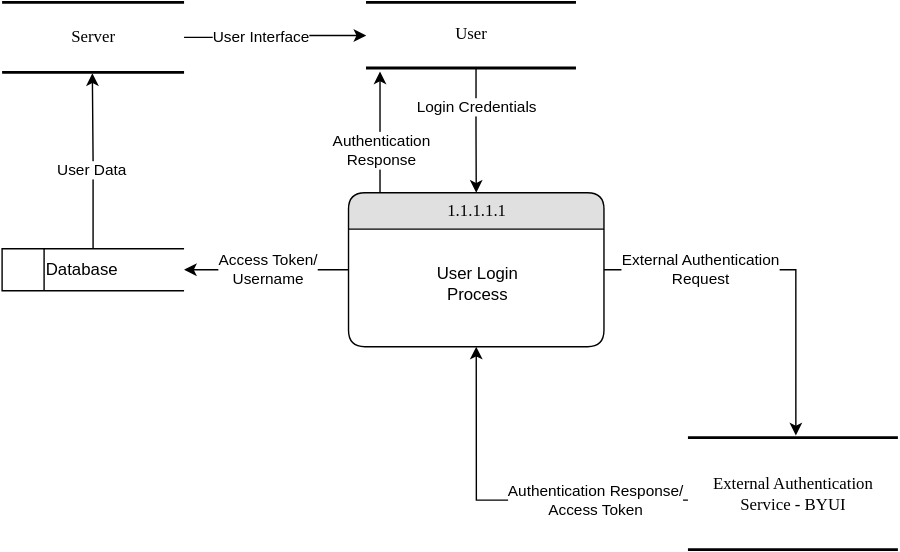
Above: login dfd.svg in MckennahPalmer/CSE430 (draw.io), before the change. Source tidied: cells renumbered, new cells last; positions are measured from the earlier drawing's top-left corner, leaving out a move shared by most shapes.
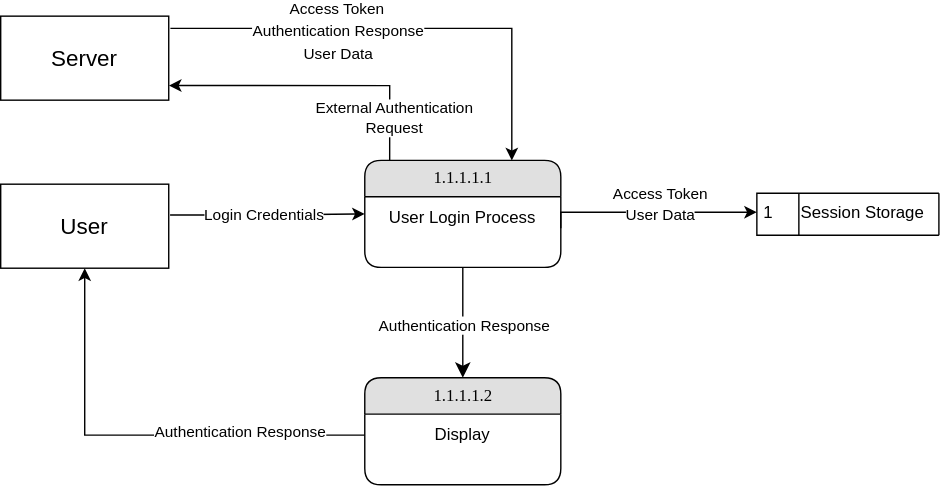
Above is the later version.

Commit message:
Updated dfd to textbook standards

What changed in the source:
```diff
@@ -2,76 +2,96 @@
   <root>
     <mxCell id="0" />
     <mxCell id="1" parent="0" />
-    <mxCell id="2" style="edgeStyle=orthogonalEdgeStyle;rounded=0;jettySize=auto;html=1;entryX=0.5;entryY=0;entryDx=0;entryDy=0;exitX=0.524;exitY=1.016;exitDx=0;exitDy=0;exitPerimeter=0;" parent="1" edge="1" source="4" target="9">
+    <mxCell id="2" style="edgeStyle=orthogonalEdgeStyle;rounded=0;jettySize=auto;html=1;entryX=0;entryY=0.5;entryDx=0;entryDy=0;exitX=1.008;exitY=0.367;exitDx=0;exitDy=0;exitPerimeter=0;" parent="1" edge="1" source="4" target="9">
       <mxGeometry relative="1" as="geometry" />
     </mxCell>
     <mxCell id="3" value="Login Credentials" style="edgeLabel;html=1;align=center;verticalAlign=middle;" parent="2" vertex="1">
       <mxGeometry x="-0.02" y="1" relative="1" as="geometry">
-        <mxPoint x="-1" y="-16" as="offset" />
+        <mxPoint x="-1" as="offset" />
       </mxGeometry>
     </mxCell>
-    <mxCell id="4" value="User" style="html=1;rounded=0;shadow=0;comic=0;labelBackgroundColor=none;strokeWidth=2;fontFamily=Verdana;fontSize=12;align=center;shape=mxgraph.ios7ui.horLines;" parent="1" vertex="1">
-      <mxGeometry x="260" width="150" height="46.9" as="geometry" />
-    </mxCell>
-    <mxCell id="5" style="edgeStyle=orthogonalEdgeStyle;rounded=0;jettySize=auto;html=1;entryX=0.514;entryY=-0.02;entryDx=0;entryDy=0;entryPerimeter=0;" parent="1" edge="1" source="9" target="12">
-      <mxGeometry relative="1" as="geometry" />
+    <mxCell id="5" style="edgeStyle=orthogonalEdgeStyle;rounded=0;jettySize=auto;html=1;entryX=1.001;entryY=0.826;entryDx=0;entryDy=0;entryPerimeter=0;exitX=0.127;exitY=0.012;exitDx=0;exitDy=0;exitPerimeter=0;" parent="1" edge="1" source="9" target="14">
+      <mxGeometry relative="1" as="geometry">
+        <Array as="points">
+          <mxPoint x="188" y="196" />
+        </Array>
+      </mxGeometry>
     </mxCell>
     <mxCell id="6" value="External Authentication&lt;br&gt;Request" style="edgeLabel;html=1;align=center;verticalAlign=middle;" parent="5" vertex="1">
-      <mxGeometry x="-0.47" relative="1" as="geometry" />
+      <mxGeometry x="-0.47" relative="1" as="geometry">
+        <mxPoint x="5" y="23" as="offset" />
+      </mxGeometry>
     </mxCell>
-    <mxCell id="7" style="edgeStyle=orthogonalEdgeStyle;rounded=0;jettySize=auto;html=1;entryX=1;entryY=0.5;entryDx=0;entryDy=0;" parent="1" edge="1" source="9" target="13">
+    <mxCell id="7" style="edgeStyle=orthogonalEdgeStyle;rounded=0;jettySize=auto;html=1;entryX=0.75;entryY=0;entryDx=0;entryDy=0;exitX=1.01;exitY=0.145;exitDx=0;exitDy=0;exitPerimeter=0;" parent="1" edge="1" source="14" target="9">
       <mxGeometry relative="1" as="geometry" />
     </mxCell>
-    <mxCell id="8" value="Access Token/&lt;br&gt;Username" style="edgeLabel;html=1;align=center;verticalAlign=middle;" parent="7" vertex="1">
+    <mxCell id="8" value="Access Token" style="edgeLabel;html=1;align=center;verticalAlign=middle;" parent="7" vertex="1">
       <mxGeometry x="0.32" relative="1" as="geometry">
-        <mxPoint x="20" as="offset" />
+        <mxPoint x="-105" y="-14" as="offset" />
       </mxGeometry>
     </mxCell>
+    <mxCell id="22" style="edgeStyle=none;curved=1;rounded=0;jettySize=auto;html=1;entryX=0.5;entryY=0;entryDx=0;entryDy=0;fontSize=12;startSize=8;endSize=8;" parent="1" edge="1" source="9" target="27">
+      <mxGeometry relative="1" as="geometry" />
+    </mxCell>
     <mxCell id="9" value="1.1.1.1.1" style="swimlane;html=1;fontStyle=0;horizontal=1;startSize=26;fillColor=#e0e0e0;swimlaneFillColor=#ffffff;align=center;rounded=1;shadow=0;comic=0;labelBackgroundColor=none;strokeWidth=1;fontFamily=Verdana;fontSize=12;" parent="1" vertex="1">
-      <mxGeometry x="247.5" y="136" width="182.5" height="110" as="geometry" />
+      <mxGeometry x="170" y="249" width="140" height="76.4" as="geometry" />
     </mxCell>
-    <mxCell id="10" style="edgeStyle=orthogonalEdgeStyle;rounded=0;jettySize=auto;html=1;entryX=0.5;entryY=1;entryDx=0;entryDy=0;exitX=0.003;exitY=0.558;exitDx=0;exitDy=0;exitPerimeter=0;" parent="1" edge="1" source="12" target="9">
-      <mxGeometry relative="1" as="geometry" />
-    </mxCell>
-    <mxCell id="11" value="Authentication Response/&lt;br&gt;Access Token" style="edgeLabel;html=1;align=center;verticalAlign=middle;" parent="10" vertex="1">
-      <mxGeometry x="-0.43" relative="1" as="geometry">
-        <mxPoint x="7" as="offset" />
-      </mxGeometry>
-    </mxCell>
-    <mxCell id="12" value="External Authentication&lt;br&gt;Service - BYUI" style="html=1;rounded=0;shadow=0;comic=0;labelBackgroundColor=none;strokeWidth=2;fontFamily=Verdana;fontSize=12;align=center;shape=mxgraph.ios7ui.horLines;" parent="1" vertex="1">
-      <mxGeometry x="490" y="311" width="150" height="80" as="geometry" />
-    </mxCell>
+    <mxCell id="21" value="User Login Process" style="text;html=1;strokeColor=none;fillColor=none;align=center;verticalAlign=middle;whiteSpace=wrap;rounded=0;" parent="9" vertex="1">
+      <mxGeometry y="26" width="140" height="30" as="geometry" />
+    </mxCell>
-    <mxCell id="13" value="&lt;span style=&quot;white-space: pre;&quot;&gt;&#9;&lt;/span&gt;Database" style="html=1;dashed=0;whiteSpace=wrap;shape=mxgraph.dfd.dataStoreID;align=left;spacingLeft=3;points=[[0,0],[0.5,0],[1,0],[0,0.5],[1,0.5],[0,1],[0.5,1],[1,1]];" parent="1" vertex="1">
-      <mxGeometry y="176" width="130" height="30" as="geometry" />
+    <mxCell id="13" value="1&lt;span style=&quot;white-space: pre;&quot;&gt;&#9;&lt;/span&gt;Session Storage" style="html=1;dashed=0;whiteSpace=wrap;shape=mxgraph.dfd.dataStoreID;align=left;spacingLeft=3;points=[[0,0],[0.5,0],[1,0],[0,0.5],[1,0.5],[0,1],[0.5,1],[1,1]];" parent="1" vertex="1">
+      <mxGeometry x="450" y="272.4" width="130" height="30" as="geometry" />
     </mxCell>
-    <mxCell id="14" value="Server" style="html=1;rounded=0;shadow=0;comic=0;labelBackgroundColor=none;strokeWidth=2;fontFamily=Verdana;fontSize=12;align=center;shape=mxgraph.ios7ui.horLines;" parent="1" vertex="1">
-      <mxGeometry width="130" height="50" as="geometry" />
-    </mxCell>
-    <mxCell id="15" style="edgeStyle=orthogonalEdgeStyle;rounded=0;jettySize=auto;html=1;entryX=0.496;entryY=1.014;entryDx=0;entryDy=0;entryPerimeter=0;" parent="1" edge="1" source="13" target="14">
-      <mxGeometry relative="1" as="geometry" />
+    <mxCell id="15" style="edgeStyle=orthogonalEdgeStyle;rounded=0;jettySize=auto;html=1;exitX=1;exitY=0.75;exitDx=0;exitDy=0;" parent="1" edge="1" source="21">
+      <mxGeometry relative="1" as="geometry">
+        <mxPoint x="450" y="286" as="targetPoint" />
+        <Array as="points">
+          <mxPoint x="319" y="286" />
+          <mxPoint x="547" y="286" />
+        </Array>
+      </mxGeometry>
     </mxCell>
     <mxCell id="16" value="User Data" style="edgeLabel;html=1;align=center;verticalAlign=middle;" parent="15" vertex="1">
-      <mxGeometry x="-0.11" y="1" relative="1" as="geometry" />
+      <mxGeometry x="-0.11" y="1" relative="1" as="geometry">
+        <mxPoint x="-216" y="-113" as="offset" />
+      </mxGeometry>
     </mxCell>
-    <mxCell id="17" style="edgeStyle=orthogonalEdgeStyle;rounded=0;jettySize=auto;html=1;entryX=0.073;entryY=1.054;entryDx=0;entryDy=0;entryPerimeter=0;" parent="1" edge="1" source="9" target="4">
-      <mxGeometry relative="1" as="geometry">
-        <Array as="points">
-          <mxPoint x="270" y="116" />
-          <mxPoint x="270" y="116" />
-        </Array>
-      </mxGeometry>
-    </mxCell>
-    <mxCell id="18" value="Authentication&lt;br&gt;Response" style="edgeLabel;html=1;align=center;verticalAlign=middle;" parent="17" vertex="1">
-      <mxGeometry x="-0.31" y="-1" relative="1" as="geometry" />
-    </mxCell>
-    <mxCell id="19" style="edgeStyle=orthogonalEdgeStyle;rounded=0;jettySize=auto;html=1;entryX=0.001;entryY=0.506;entryDx=0;entryDy=0;entryPerimeter=0;" parent="1" edge="1" source="14" target="4">
-      <mxGeometry relative="1" as="geometry" />
+    <mxCell id="19" style="edgeStyle=orthogonalEdgeStyle;rounded=0;jettySize=auto;html=1;entryX=0.5;entryY=1;entryDx=0;entryDy=0;exitX=0;exitY=0.5;exitDx=0;exitDy=0;" parent="1" edge="1" source="28" target="4">
+      <mxGeometry relative="1" as="geometry">
+        <Array as="points">
+          <mxPoint x="-30" y="445" />
+        </Array>
+      </mxGeometry>
     </mxCell>
-    <mxCell id="20" value="User Interface" style="edgeLabel;html=1;align=center;verticalAlign=middle;" parent="19" vertex="1">
-      <mxGeometry x="-0.18" relative="1" as="geometry" />
-    </mxCell>
-    <mxCell id="21" value="User Login Process" style="text;html=1;strokeColor=none;fillColor=none;align=center;verticalAlign=middle;whiteSpace=wrap;rounded=0;" parent="1" vertex="1">
-      <mxGeometry x="290" y="186" width="100" height="30" as="geometry" />
-    </mxCell>
+    <mxCell id="23" value="User Data" style="edgeLabel;html=1;align=center;verticalAlign=middle;" parent="1" vertex="1">
+      <mxGeometry x="380" y="287.2" as="geometry" />
+    </mxCell>
+    <mxCell id="24" value="Access Token" style="edgeLabel;html=1;align=center;verticalAlign=middle;" parent="1" vertex="1">
+      <mxGeometry x="380" y="272.4" as="geometry" />
+    </mxCell>
+    <mxCell id="25" value="Authentication Response" style="edgeLabel;html=1;align=center;verticalAlign=middle;" parent="1" vertex="1">
+      <mxGeometry x="150" y="156" as="geometry" />
+    </mxCell>
+    <mxCell id="26" value="Authentication Response" style="edgeLabel;html=1;align=center;verticalAlign=middle;" parent="1" vertex="1">
+      <mxGeometry x="80" y="442.4" as="geometry" />
+    </mxCell>
+    <mxCell id="4" value="User" style="rounded=0;whiteSpace=wrap;html=1;fontSize=16;" parent="1" vertex="1">
+      <mxGeometry x="-90" y="266" width="120" height="60" as="geometry" />
+    </mxCell>
+    <mxCell id="14" value="Server" style="rounded=0;whiteSpace=wrap;html=1;fontSize=16;" parent="1" vertex="1">
+      <mxGeometry x="-90" y="146" width="120" height="60" as="geometry" />
+    </mxCell>
+    <mxCell id="27" value="1.1.1.1.2" style="swimlane;html=1;fontStyle=0;horizontal=1;startSize=26;fillColor=#e0e0e0;swimlaneFillColor=#ffffff;align=center;rounded=1;shadow=0;comic=0;labelBackgroundColor=none;strokeWidth=1;fontFamily=Verdana;fontSize=12;" parent="1" vertex="1">
+      <mxGeometry x="170" y="404.2" width="140" height="76.4" as="geometry" />
+    </mxCell>
+    <mxCell id="28" value="Display" style="text;html=1;strokeColor=none;fillColor=none;align=center;verticalAlign=middle;whiteSpace=wrap;rounded=0;" parent="27" vertex="1">
+      <mxGeometry y="26" width="140" height="30" as="geometry" />
+    </mxCell>
+    <mxCell id="29" value="Authentication Response" style="edgeLabel;html=1;align=center;verticalAlign=middle;" parent="1" vertex="1">
+      <mxGeometry x="240" y="366" as="geometry" />
+    </mxCell>
+    <mxCell id="30" style="endArrow=none;html=1;rounded=0;fontSize=12;startSize=8;endSize=8;curved=1;entryX=1;entryY=0;entryDx=0;entryDy=0;exitX=1;exitY=1;exitDx=0;exitDy=0;" parent="1" edge="1" source="13" target="13">
+      <mxGeometry relative="1" as="geometry" />
+    </mxCell>
   </root>
 </mxGraphModel>
```
